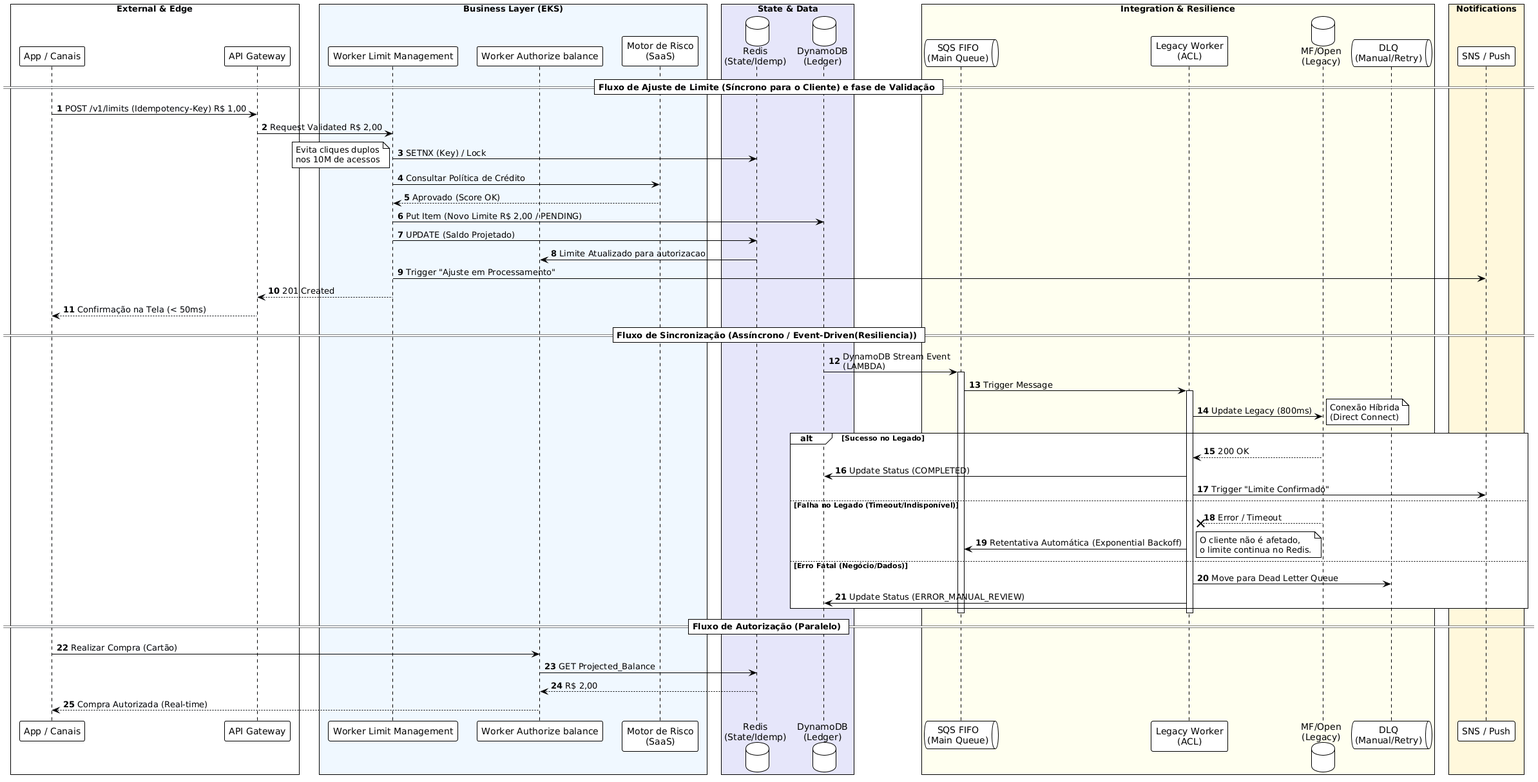
Above: imagens/fluxo de dados 2.png in fabriziorodrigues01/desenhoArquiteturaSolucao (PlantUML), before the change. The source it was exported from:
```plantuml
@startuml
!theme plain
autonumber
skinparam boxPadding 10

box "External & Edge" #GhostWhite
    participant "App / Canais" as App
    participant "API Gateway" as GW
end box

box "Business Layer (EKS)" #AliceBlue
    participant "Worker Limit Management" as SVC
    participant "Worker Authorize balance" as Proxy
    participant "Motor de Risco\n(SaaS)" as Risk
end box

box "State & Data" #Lavender
    database "Redis\n(State/Idemp)" as Redis
    database "DynamoDB\n(Ledger)" as Dynamo
end box

box "Integration & Resilience" #Ivory
    queue "SQS FIFO\n(Main Queue)" as SQS
    participant "Legacy Worker\n(ACL)" as Worker
    database "MF/Open\n(Legacy)" as Legacy
    queue "DLQ\n(Manual/Retry)" as DLQ
end box

box "Notifications" #Cornsilk
    participant "SNS / Push" as Push
end box

== Fluxo de Ajuste de Limite (Síncrono para o Cliente) e fase de Validação ==

App -> GW : POST /v1/limits (Idempotency-Key) R$ 1,00
GW -> SVC : Request Validated R$ 2,00

SVC -> Redis : SETNX (Key) / Lock
note left: Evita cliques duplos\nnos 10M de acessos

SVC -> Risk : Consultar Política de Crédito
Risk --> SVC : Aprovado (Score OK)

SVC -> Dynamo : Put Item (Novo Limite R$ 2,00 / PENDING)
SVC -> Redis : UPDATE (Saldo Projetado)

Redis -> Proxy : Limite Atualizado para autorizacao

SVC -> Push : Trigger "Ajuste em Processamento"
SVC --> GW : 201 Created
GW --> App : Confirmação na Tela (< 50ms)

== Fluxo de Sincronização (Assíncrono / Event-Driven(Resiliencia)) ==

Dynamo -> SQS : DynamoDB Stream Event\n(LAMBDA)
activate SQS

SQS -> Worker : Trigger Message
activate Worker

Worker -> Legacy : Update Legacy (800ms)
note right: Conexão Híbrida\n(Direct Connect)

alt Sucesso no Legado
    Legacy --> Worker : 200 OK
    Worker -> Dynamo : Update Status (COMPLETED)
    Worker -> Push : Trigger "Limite Confirmado"
else Falha no Legado (Timeout/Indisponível)
    Legacy --x Worker : Error / Timeout
    Worker -> SQS : Retentativa Automática (Exponential Backoff)
    note right: O cliente não é afetado,\no limite continua no Redis.
else Erro Fatal (Negócio/Dados)
    Worker -> DLQ : Move para Dead Letter Queue
    Worker -> Dynamo : Update Status (ERROR_MANUAL_REVIEW)
end

deactivate Worker
deactivate SQS

== Fluxo de Autorização (Paralelo) ==

App -> Proxy : Realizar Compra (Cartão)
Proxy -> Redis : GET Projected_Balance
Redis --> Proxy : R$ 2,00
Proxy --> App : Compra Autorizada (Real-time)
@enduml
```
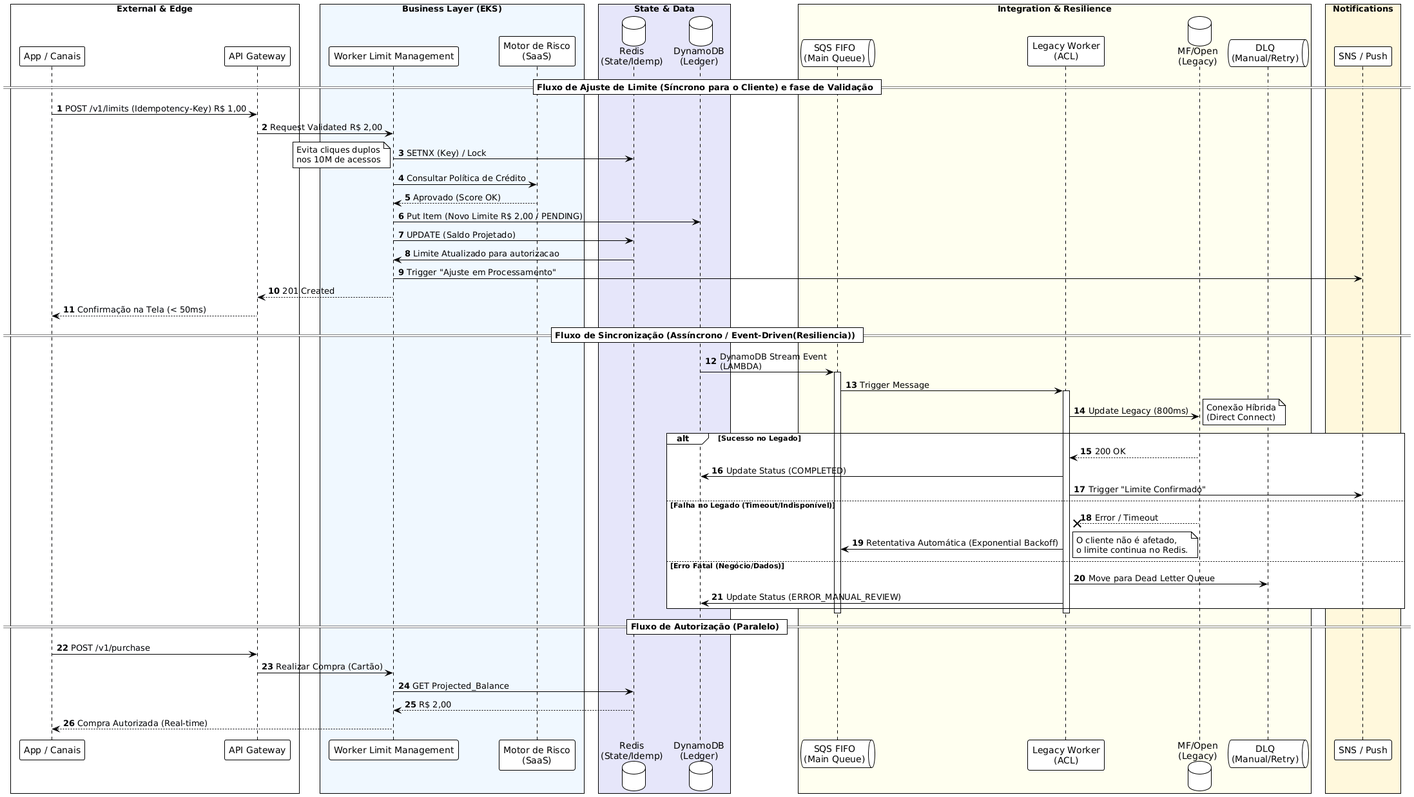
Later version of the same file.

Diff of the diagram source:
```diff
@@ -10,7 +10,6 @@
 
 box "Business Layer (EKS)" #AliceBlue
     participant "Worker Limit Management" as SVC
-    participant "Worker Authorize balance" as Proxy
     participant "Motor de Risco\n(SaaS)" as Risk
 end box
 
@@ -44,7 +43,7 @@
 SVC -> Dynamo : Put Item (Novo Limite R$ 2,00 / PENDING)
 SVC -> Redis : UPDATE (Saldo Projetado)
 
-Redis -> Proxy : Limite Atualizado para autorizacao
+Redis -> SVC: Limite Atualizado para autorizacao
 
 SVC -> Push : Trigger "Ajuste em Processamento"
 SVC --> GW : 201 Created
@@ -79,8 +78,9 @@
 
 == Fluxo de Autorização (Paralelo) ==
 
-App -> Proxy : Realizar Compra (Cartão)
-Proxy -> Redis : GET Projected_Balance
-Redis --> Proxy : R$ 2,00
-Proxy --> App : Compra Autorizada (Real-time)
+App -> GW : POST /v1/purchase
+GW -> SVC : Realizar Compra (Cartão)
+SVC -> Redis : GET Projected_Balance
+Redis --> SVC : R$ 2,00
+SVC --> App : Compra Autorizada (Real-time)
 @enduml
```
